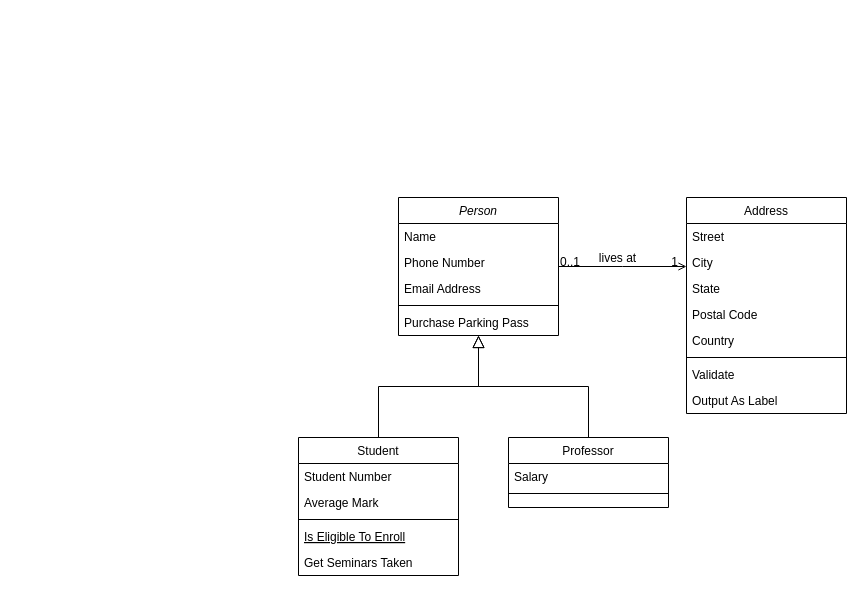
acmu/draw-io keeps this draw.io diagram as draw/Untitled Diagram.drawio. Above is the earlier version. Source tidied: cells renumbered, new cells numbered last; positions are measured from the earlier drawing's top-left corner, leaving out a move shared by most shapes. Both pictures are drawn from the tidied source at 100%, with x=0, y=0 at pixel (298, 197).
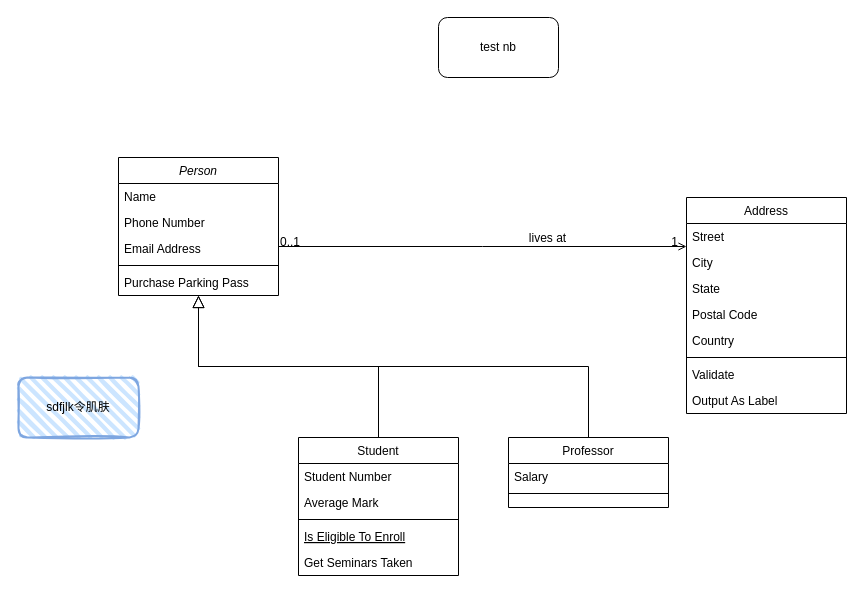
The same page after the edit.

What changed in the source:
```diff
@@
     <mxCell id="2" value="Person" style="swimlane;fontStyle=2;align=center;verticalAlign=top;horizontal=1;startSize=26;rounded=0;shadow=0;strokeWidth=1;" parent="1" vertex="1">
-      <mxGeometry x="100" width="160" height="138" as="geometry" />
+      <mxGeometry x="-180" y="-40" width="160" height="138" as="geometry" />
     </mxCell>
@@
+    <mxCell id="32" value="test nb" style="rounded=1;whiteSpace=wrap;html=1;comic=0;" parent="1" vertex="1">
+      <mxGeometry x="140" y="-180" width="120" height="60" as="geometry" />
+    </mxCell>
+    <mxCell id="33" value="sdfjlk令肌肤" style="rounded=1;whiteSpace=wrap;html=1;strokeWidth=2;fillWeight=4;hachureGap=8;hachureAngle=45;fillColor=#cce5ff;sketch=1;strokeColor=#7EA6E0;" parent="1" vertex="1">
+      <mxGeometry x="-280" y="180" width="120" height="60" as="geometry" />
+    </mxCell>
```
